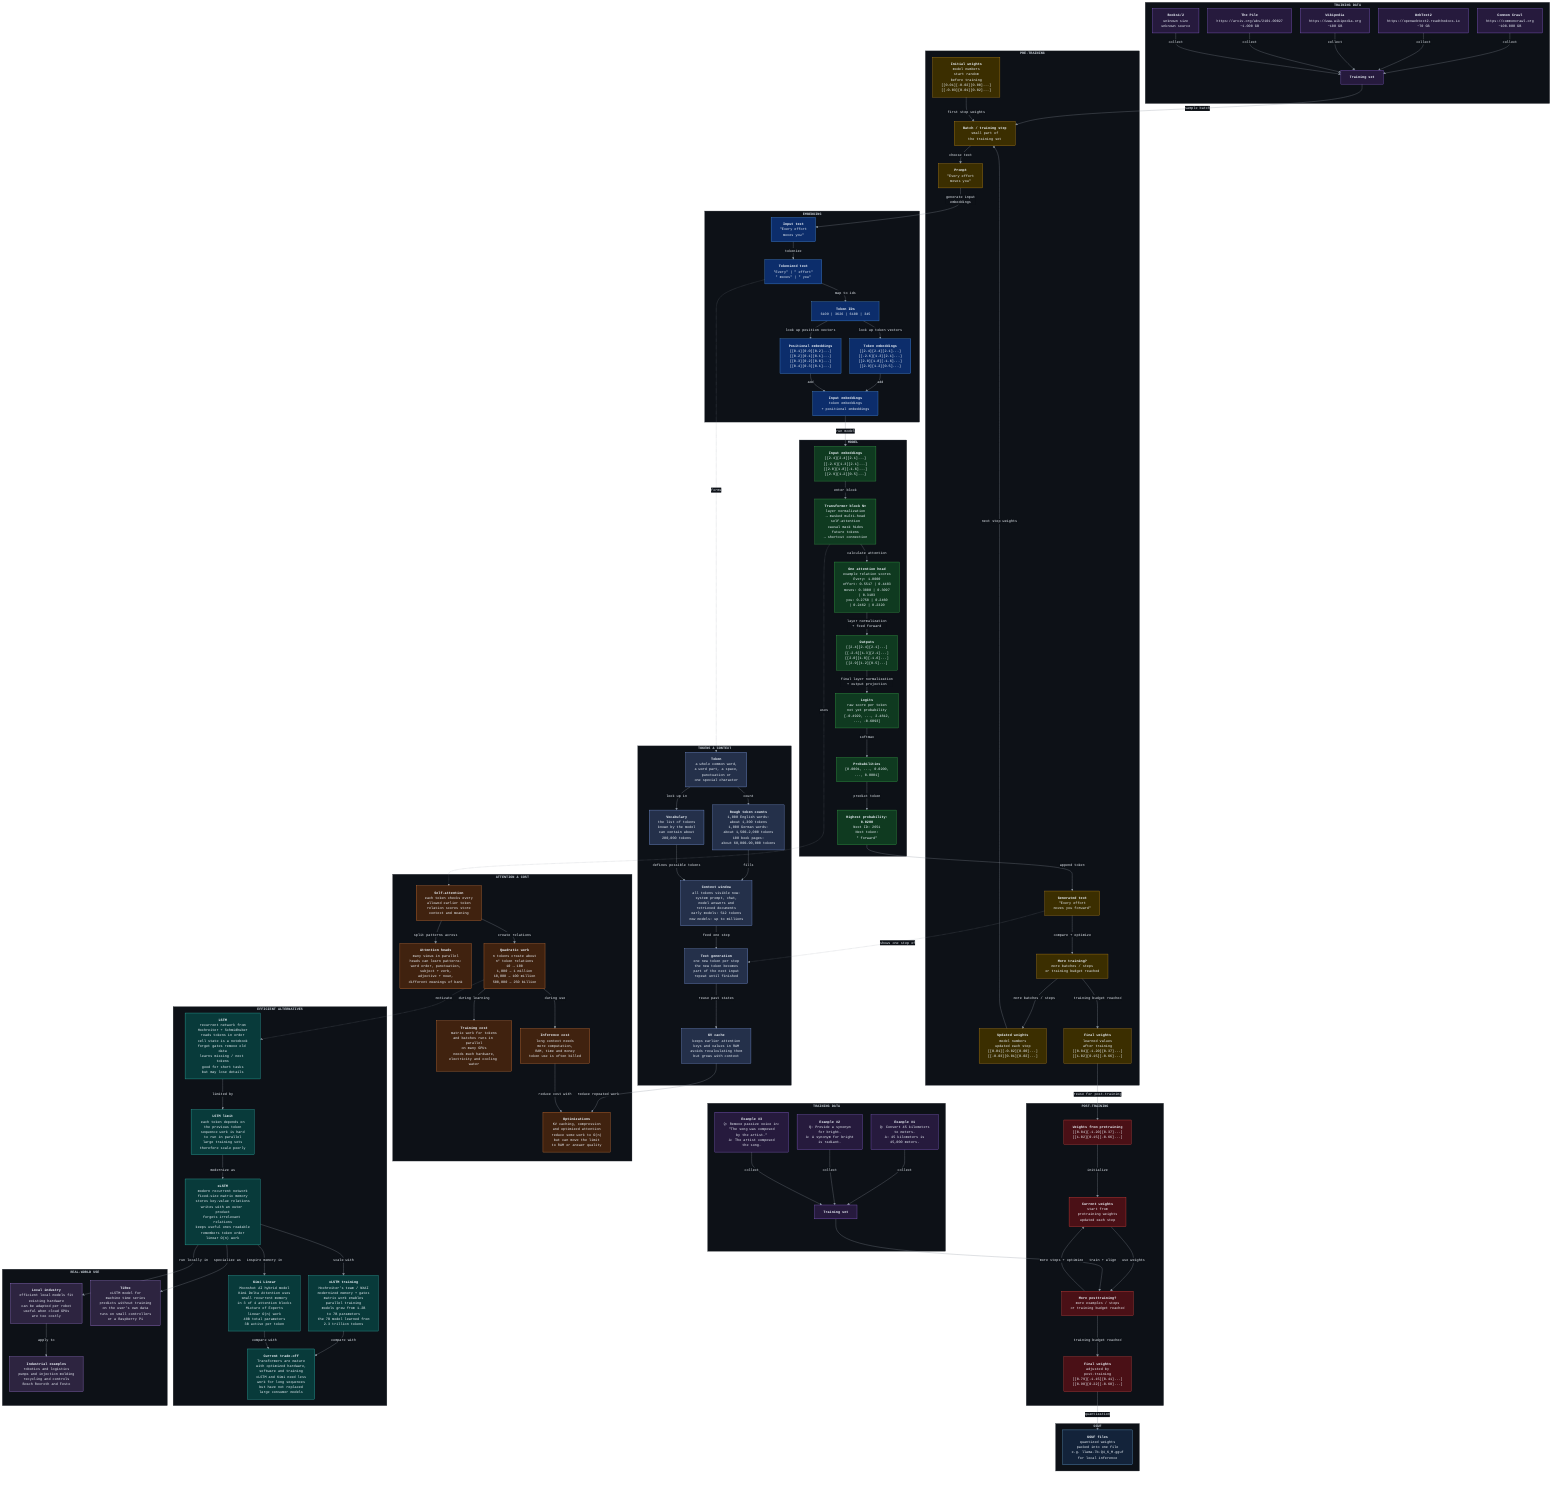
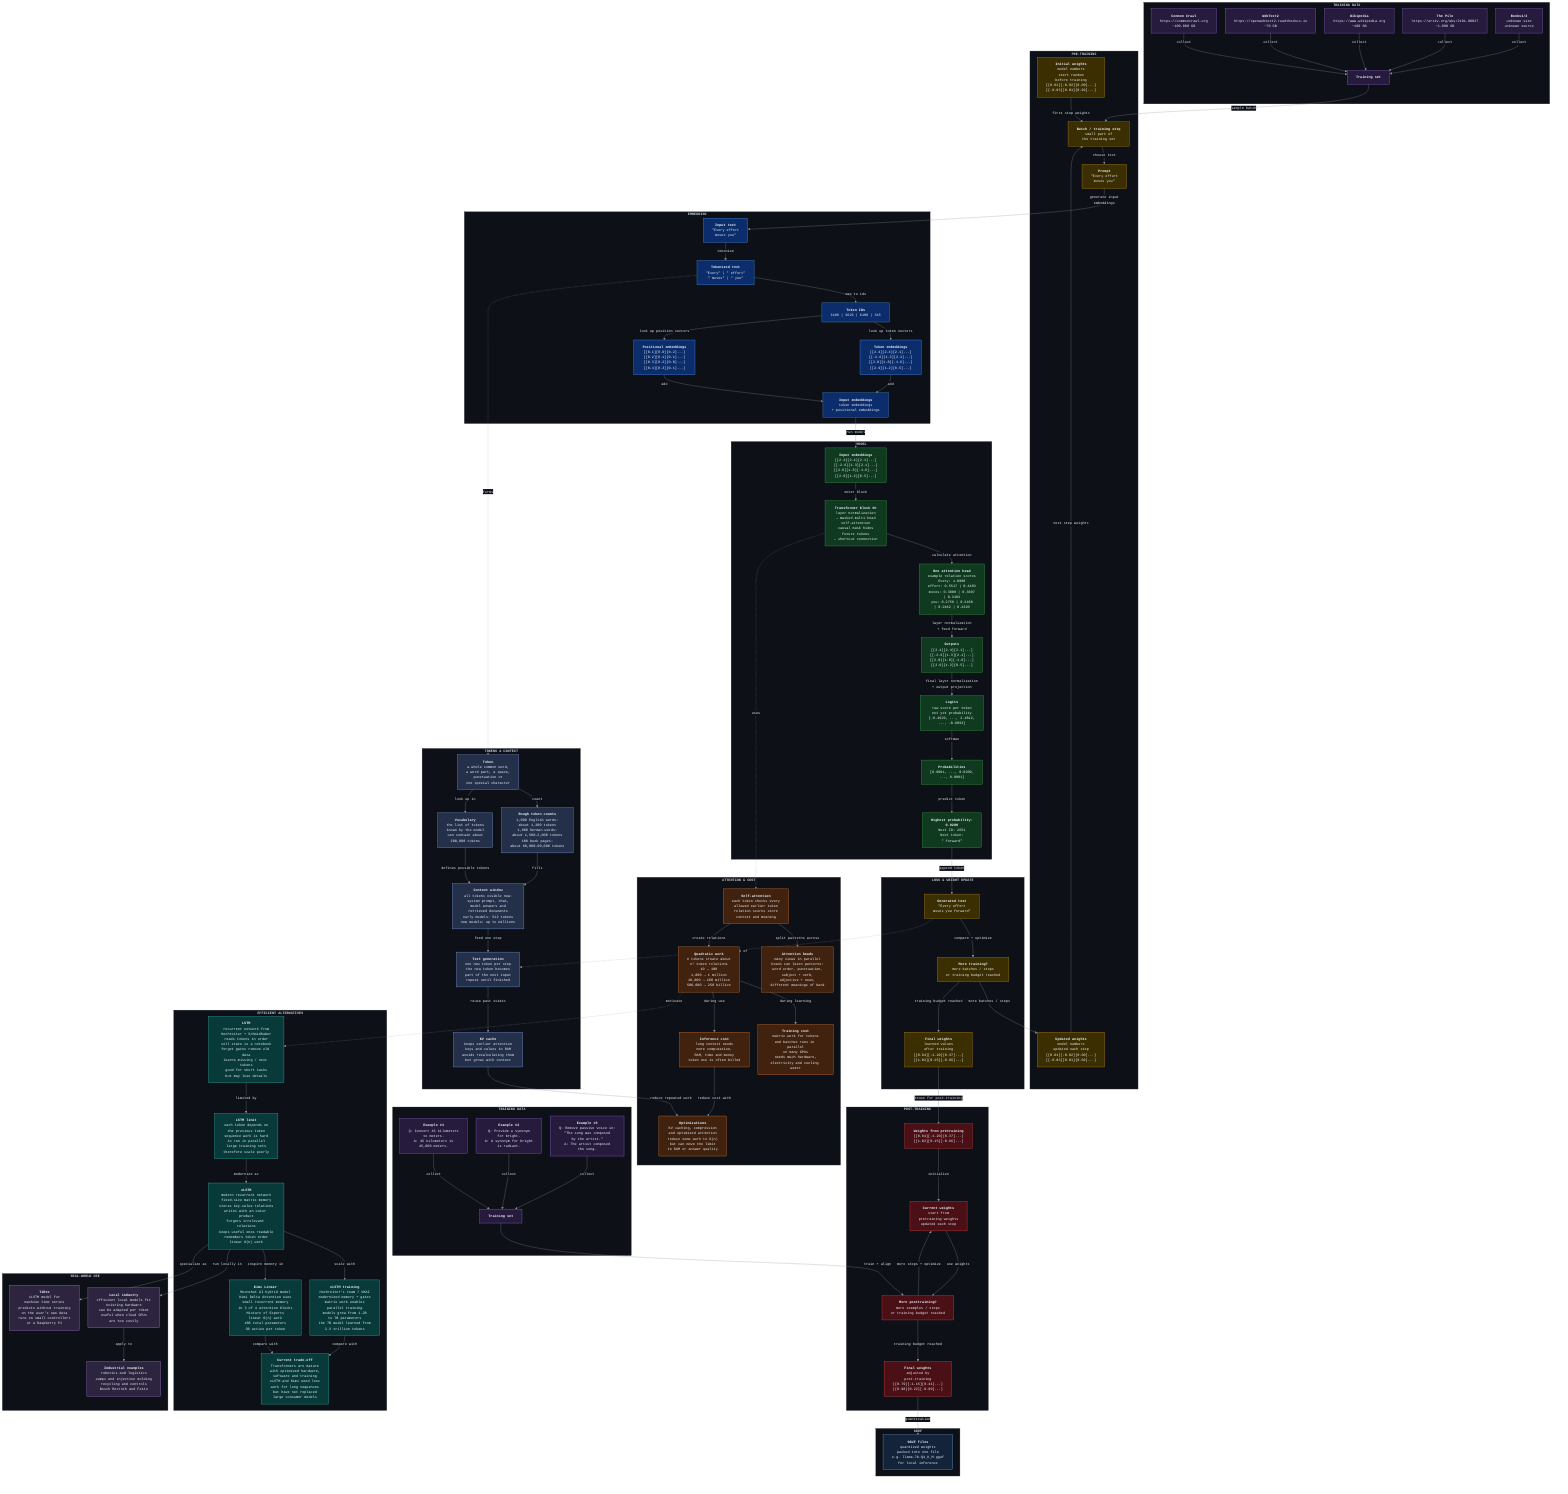
%%{init: {"theme": "base", "themeVariables": {"fontSize": "12px", "fontFamily": "Courier New", "primaryColor": "#161b22", "primaryTextColor": "#f0f6fc", "primaryBorderColor": "#30363d", "secondaryColor": "#161b22", "secondaryTextColor": "#f0f6fc", "secondaryBorderColor": "#30363d", "tertiaryColor": "#161b22", "tertiaryTextColor": "#f0f6fc", "tertiaryBorderColor": "#30363d", "clusterBkg": "#0d1117", "clusterBorder": "#30363d", "titleColor": "#c9d1d9", "lineColor": "#8b949e", "edgeLabelBackground": "#0d1117"}, "flowchart": {"htmlLabels": true, "nodeSpacing": 30, "rankSpacing": 44, "curve": "basis"}}}%%
flowchart TD
    subgraph DATA["<b>TRAINING DATA</b>"]
        D0["<b>Training set</b>"]
        D1["<b>Common Crawl</b><br/>https://commoncrawl.org<br/>~100.000 GB"]
        D2["<b>WebText2</b><br/>https://openwebtext2.readthedocs.io<br/>~70 GB"]
        D3["<b>Wikipedia</b><br/>https://www.wikipedia.org<br/>~100 GB"]
        D4["<b>The Pile</b><br/>https://arxiv.org/abs/2101.00027<br/>~1.000 GB"]
        D5["<b>Books1/2</b><br/>unknown size<br/>unknown source"]
    end

    subgraph PRE["<b>PRE-TRAINING</b>"]
        P0["<b>Updated weights</b><br/>model numbers<br/>updated each step<br/>[[0.01][-0.02][0.00]...]<br/>[[-0.03][0.01][0.02]...]"]
        W0["<b>Initial weights</b><br/>model numbers<br/>start random<br/>before training<br/>[[0.01][-0.02][0.00]...]<br/>[[-0.03][0.01][0.02]...]"]
        P5["<b>Batch / training step</b><br/>small part of<br/>the training set"]
-         P3["<b>More training?</b><br/>more batches / steps<br/>or training budget reached"]
-         P4["<b>Final weights</b><br/>learned values<br/>after training<br/>[[0.84][-1.20][0.37]...]<br/>[[1.02][0.15][-0.66]...]"]
        F0["<b>Prompt</b><br/>&quot;Every effort<br/>moves you&quot;"]
-         F3["<b>Generated text</b><br/>&quot;Every effort<br/>moves you forward&quot;"]
    end

    subgraph EMB["<b>EMBEDDING</b>"]
        E0["<b>Input text</b><br/>&quot;Every effort<br/>moves you&quot;"]
        E1["<b>Tokenized text</b><br/>&quot;Every&quot; | &quot; effort&quot;<br/>&quot; moves&quot; | &quot; you&quot;"]
        E2["<b>Token IDs</b><br/>6109 | 3626 | 6100 | 345"]
        E3["<b>Token embeddings</b><br/>[[2.4][2.4][2.1]...]<br/>[[-2.6][1.3][2.1]...]<br/>[[2.0][1.8][-1.6]...]<br/>[[2.9][1.2][0.5]...]"]
        E4["<b>Positional embeddings</b><br/>[[0.1][0.0][0.2]...]<br/>[[0.2][0.1][0.1]...]<br/>[[0.3][0.2][0.0]...]<br/>[[0.4][0.3][0.1]...]"]
        E5["<b>Input embeddings</b><br/>token embeddings<br/>+ positional embeddings"]
    end

    subgraph MODEL["<b>MODEL</b>"]
        M0["<b>Input embeddings</b><br/>[[2.4][2.4][2.1]...]<br/>[[-2.6][1.3][2.1]...]<br/>[[2.0][1.8][-1.6]...]<br/>[[2.9][1.2][0.5]...]"]
        M1["<b>Transformer block N×</b><br/>layer normalization<br/>→ masked multi-head<br/>self-attention<br/>causal mask hides<br/>future tokens<br/>→ shortcut connection"]
        M2["<b>One attention head</b><br/>example relation scores<br/>Every: 1.0000<br/>effort: 0.5517 | 0.4483<br/>moves: 0.3800 | 0.3097<br/>| 0.3103<br/>you: 0.2758 | 0.2460<br/>| 0.2462 | 0.2320"]
        M4["<b>Outputs</b><br/>[[2.4][2.4][2.1]...]<br/>[[-2.6][1.3][2.1]...]<br/>[[2.0][1.8][-1.6]...]<br/>[[2.9][1.2][0.5]...]"]
        M6["<b>Logits</b><br/>raw score per token<br/>not yet probability<br/>[-0.4929, ..., 2.4812,<br/>..., -0.6093]"]
        M8["<b>Probabilities</b><br/>[0.0001, ..., 0.0200,<br/>..., 0.0001]"]
        M9["<b>Highest probability:<br/>0.0200</b><br/>Next ID: 2651<br/>Next token:<br/>&quot; forward&quot;"]
+     end
+ 
+     subgraph UPDATE["<b>LOSS & WEIGHT UPDATE</b>"]
+         F3["<b>Generated text</b><br/>&quot;Every effort<br/>moves you forward&quot;"]
+         P3["<b>More training?</b><br/>more batches / steps<br/>or training budget reached"]
+         P4["<b>Final weights</b><br/>learned values<br/>after training<br/>[[0.84][-1.20][0.37]...]<br/>[[1.02][0.15][-0.66]...]"]
    end

    subgraph POSTDATA["<b>TRAINING DATA</b>"]
        T8["<b>Training set</b>"]
        T1["<b>Example #1</b><br/>Q: Convert 45 kilometers<br/>to meters.<br/>A: 45 kilometers is<br/>45,000 meters."]
        T2["<b>Example #2</b><br/>Q: Provide a synonym<br/>for bright.<br/>A: A synonym for bright<br/>is radiant."]
        T3["<b>Example #3</b><br/>Q: Remove passive voice in:<br/>&quot;The song was composed<br/>by the artist.&quot;<br/>A: The artist composed<br/>the song."]
    end

    subgraph POST["<b>POST-TRAINING</b>"]
        T0["<b>Weights from pretraining</b><br/>[[0.84][-1.20][0.37]...]<br/>[[1.02][0.15][-0.66]...]"]
        T13["<b>Current weights</b><br/>start from<br/>pretraining weights<br/>updated each step"]
        T12["<b>More posttraining?</b><br/>more examples / steps<br/>or training budget reached"]
        T6["<b>Final weights</b><br/>adjusted by<br/>post-training<br/>[[0.79][-1.15][0.41]...]<br/>[[0.98][0.22][-0.60]...]"]
    end

    subgraph GGUF["<b>GGUF</b>"]
        T10["<b>GGUF files</b><br/>quantized weights<br/>packed into one file<br/>e.g. llama-7b-Q4_K_M.gguf<br/>for local inference"]
    end

    subgraph TOKENS["<b>TOKENS & CONTEXT</b>"]
        C0["<b>Token</b><br/>a whole common word,<br/>a word part, a space,<br/>punctuation or<br/>one special character"]
        C1["<b>Rough token counts</b><br/>1,000 English words:<br/>about 1,300 tokens<br/>1,000 German words:<br/>about 1,500–2,000 tokens<br/>100 book pages:<br/>about 60,000–90,000 tokens"]
        C2["<b>Vocabulary</b><br/>the list of tokens<br/>known by the model<br/>can contain about<br/>200,000 tokens"]
        C3["<b>Context window</b><br/>all tokens visible now:<br/>system prompt, chat,<br/>model answers and<br/>retrieved documents<br/>early models: 512 tokens<br/>new models: up to millions"]
        C4["<b>Text generation</b><br/>one new token per step<br/>the new token becomes<br/>part of the next input<br/>repeat until finished"]
        C5["<b>KV cache</b><br/>keeps earlier attention<br/>keys and values in RAM<br/>avoids recalculating them<br/>but grows with context"]
    end

    subgraph COST["<b>ATTENTION & COST</b>"]
        A0["<b>Self-attention</b><br/>each token checks every<br/>allowed earlier token<br/>relation scores store<br/>context and meaning"]
        A1["<b>Attention heads</b><br/>many views in parallel<br/>heads can learn patterns:<br/>word order, punctuation,<br/>subject + verb,<br/>adjective + noun,<br/>different meanings of bank"]
        A2["<b>Quadratic work</b><br/>n tokens create about<br/>n² token relations<br/>10 → 100<br/>1,000 → 1 million<br/>10,000 → 100 million<br/>500,000 → 250 billion"]
        A3["<b>Training cost</b><br/>matrix work for tokens<br/>and batches runs in parallel<br/>on many GPUs<br/>needs much hardware,<br/>electricity and cooling water"]
        A4["<b>Inference cost</b><br/>long context needs<br/>more computation,<br/>RAM, time and money<br/>token use is often billed"]
        A5["<b>Optimizations</b><br/>KV caching, compression<br/>and optimized attention<br/>reduce some work to O(n)<br/>but can move the limit<br/>to RAM or answer quality"]
    end

    subgraph ALT["<b>EFFICIENT ALTERNATIVES</b>"]
        L0["<b>LSTM</b><br/>recurrent network from<br/>Hochreiter + Schmidhuber<br/>reads tokens in order<br/>cell state is a notebook<br/>forget gates remove old data<br/>learns missing / next tokens<br/>good for short tasks<br/>but may lose details"]
        L1["<b>LSTM limit</b><br/>each token depends on<br/>the previous token<br/>sequence work is hard<br/>to run in parallel<br/>large training sets<br/>therefore scale poorly"]
        L2["<b>xLSTM</b><br/>modern recurrent network<br/>fixed-size matrix memory<br/>stores key-value relations<br/>writes with an outer product<br/>forgets irrelevant relations<br/>keeps useful ones readable<br/>remembers token order<br/>linear O(n) work"]
        L3["<b>xLSTM training</b><br/>Hochreiter's team / NXAI<br/>modernized memory + gates<br/>matrix work enables<br/>parallel training<br/>models grew from 1.2B<br/>to 7B parameters<br/>the 7B model learned from<br/>2.3 trillion tokens"]
        L4["<b>Kimi Linear</b><br/>Moonshot AI hybrid model<br/>Kimi Delta Attention uses<br/>small recurrent memory<br/>in 3 of 4 attention blocks<br/>Mixture of Experts<br/>linear O(n) work<br/>48B total parameters<br/>3B active per token"]
        L5["<b>Current trade-off</b><br/>Transformers are mature<br/>with optimized hardware,<br/>software and training<br/>xLSTM and Kimi need less<br/>work for long sequences<br/>but have not replaced<br/>large consumer models"]
    end

    subgraph USE["<b>REAL-WORLD USE</b>"]
        U0["<b>Local industry</b><br/>efficient local models fit<br/>existing hardware<br/>can be adapted per robot<br/>useful when cloud GPUs<br/>are too costly"]
        U1["<b>Industrial examples</b><br/>robotics and logistics<br/>pumps and injection molding<br/>recycling and controls<br/>Bosch Rexroth and Festo"]
        U2["<b>TiRex</b><br/>xLSTM model for<br/>machine time series<br/>predicts without training<br/>on the user's own data<br/>runs on small controllers<br/>or a Raspberry Pi"]
    end

    D1 -->|collect| D0
    D2 -->|collect| D0
    D3 -->|collect| D0
    D4 -->|collect| D0
    D5 -->|collect| D0
    D0 -->|sample batch| P5
    P0 -->|next step weights| P5
    W0 -->|first step weights| P5
    P5 -->|choose text| F0
    F0 -->|generate input<br/>embeddings| E0
    E0 -->|tokenize| E1
    E1 -->|map to ids| E2
    E2 -->|look up token vectors| E3
    E2 -->|look up position vectors| E4
    E3 -->|add| E5
    E4 -->|add| E5
    E5 -->|run model| M0
    M0 -->|enter block| M1
    M1 -->|calculate attention| M2
    M2 -->|layer normalization<br/>+ feed forward| M4
    M4 -->|final layer normalization<br/>+ output projection| M6
    M6 -->|softmax| M8
    M8 -->|predict token| M9
    M9 -->|append token| F3
    F3 -->|compare + optimize| P3
    P3 -->|more batches / steps| P0
    P3 -->|training budget reached| P4
    P4 -->|reuse for post-training| T0
    T1 -->|collect| T8
    T2 -->|collect| T8
    T3 -->|collect| T8
    T0 -->|initialize| T13
    T13 -->|use weights| T12
    T8 -->|train + align| T12
    T12 -->|more steps + optimize| T13
    T12 -->|training budget reached| T6
    T6 -->|quantization| T10
    E1 -.->|forms| C0
    C0 -->|count| C1
    C0 -->|look up in| C2
    C1 -->|fills| C3
    C2 -->|defines possible tokens| C3
    C3 -->|feed one step| C4
    F3 -.->|shows one step of| C4
    C4 -->|reuse past states| C5
    M1 -.->|uses| A0
    A0 -->|split patterns across| A1
    A0 -->|create relations| A2
    A2 -->|during learning| A3
    A2 -->|during use| A4
    C5 -->|reduce repeated work| A5
    A4 -->|reduce cost with| A5
    A2 -.->|motivate| L0
    L0 -->|limited by| L1
    L1 -->|modernize as| L2
    L2 -->|scale with| L3
    L2 -->|inspire memory in| L4
    L3 -->|compare with| L5
    L4 -->|compare with| L5
    L2 -->|run locally in| U0
    U0 -->|apply to| U1
    L2 -->|specialize as| U2

    classDef data fill:#261a3d,stroke:#a371f7,stroke-width:1px,color:#f0f6fc;
    classDef train fill:#3b2e00,stroke:#d29922,stroke-width:1px,color:#f0f6fc;
    classDef embed fill:#0c2d6b,stroke:#58a6ff,stroke-width:1px,color:#f0f6fc;
    classDef model fill:#0f3a20,stroke:#3fb950,stroke-width:1px,color:#f0f6fc;
    classDef post fill:#4a1016,stroke:#f85149,stroke-width:1px,color:#f0f6fc;
    classDef gguf fill:#13233a,stroke:#79c0ff,stroke-width:1px,color:#f0f6fc;
    classDef weights fill:#3b2e00,stroke:#d29922,stroke-width:1px,color:#f0f6fc;
    classDef context fill:#24304a,stroke:#8cafff,stroke-width:1px,color:#f0f6fc;
    classDef cost fill:#40220f,stroke:#f0883e,stroke-width:1px,color:#f0f6fc;
    classDef alternative fill:#083a3a,stroke:#39d0c3,stroke-width:1px,color:#f0f6fc;
    classDef use fill:#2d2440,stroke:#bc8cff,stroke-width:1px,color:#f0f6fc;
    class D0,D1,D2,D3,D4,D5 data;
    class P0,P3,P4,P5,F0,F3 train;
    class E0,E1,E2,E3,E4,E5 embed;
    class M0,M1,M2,M4,M6,M8,M9 model;
    class T1,T2,T3,T8 data;
    class T0,T6,T12,T13 post;
    class T10 gguf;
    class W0 weights;
    class C0,C1,C2,C3,C4,C5 context;
    class A0,A1,A2,A3,A4,A5 cost;
    class L0,L1,L2,L3,L4,L5 alternative;
    class U0,U1,U2 use;

    click D1 "https://commoncrawl.org" "Open Common Crawl"
    click D2 "https://openwebtext2.readthedocs.io" "Open WebText2"
    click D3 "https://www.wikipedia.org" "Open Wikipedia"
    click D4 "https://arxiv.org/abs/2101.00027" "Open The Pile"
    click L2 "https://github.com/NX-AI/xlstm" "Open xLSTM"
    click L4 "https://github.com/MoonshotAI/Kimi-Linear" "Open Kimi Linear"
    click U2 "https://github.com/NX-AI/tirex" "Open TiRex"
